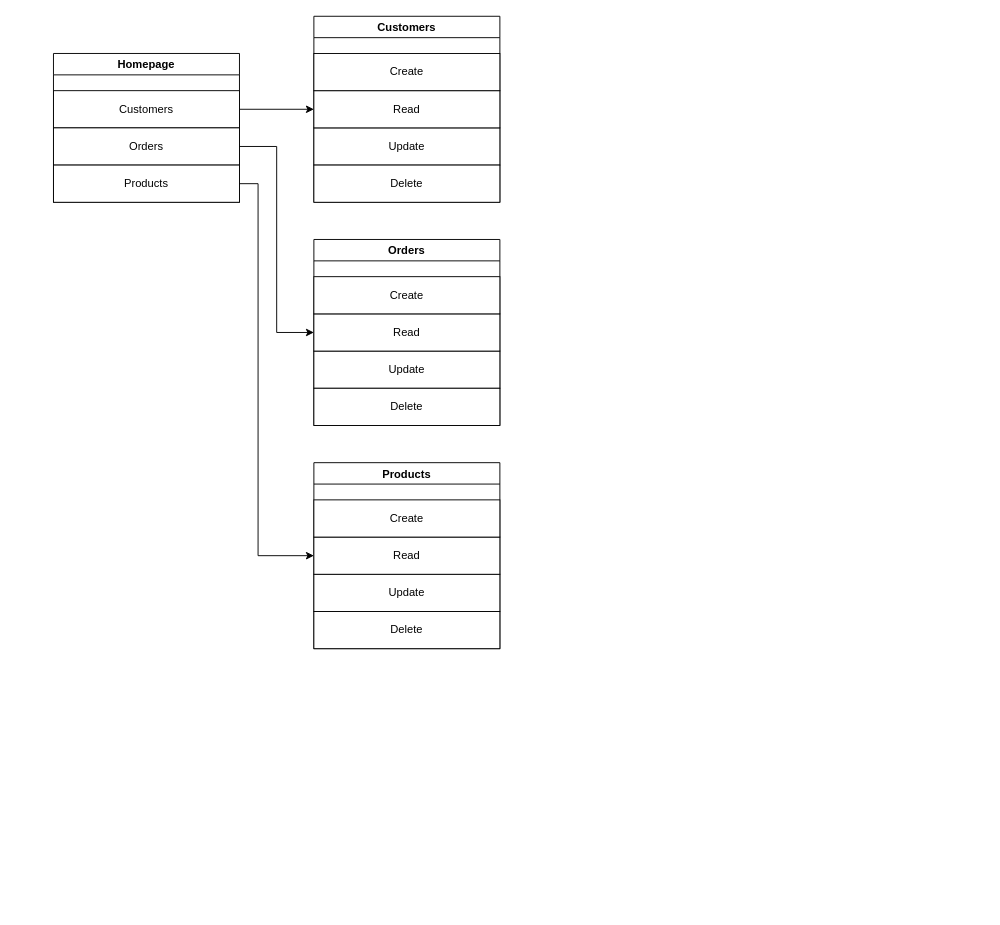
The draw.io diagram pages.drawio in artemmarkaryan/gocrm, before the edit. Source tidied: cells renumbered, new cells numbered last; positions are measured from the earlier drawing's top-left corner, leaving out a move shared by most shapes. Both pictures are drawn from the tidied source at 93%, with x=0, y=0 at pixel (53, 16).
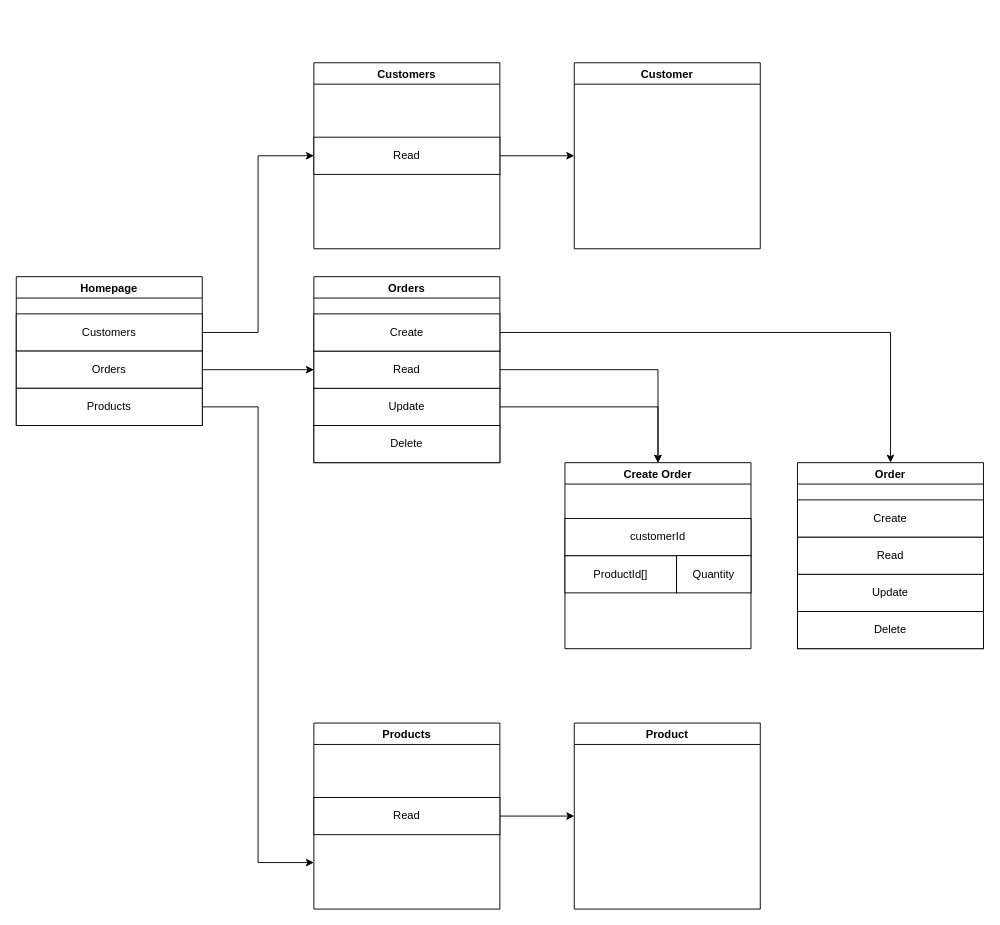
Above is the later version.

The change refers to these unchanged cells:
```xml
<mxCell id="4" value="Customers" style="rounded=0;whiteSpace=wrap;html=1;" parent="3" vertex="1">
  <mxGeometry y="40" width="200" height="40" as="geometry" />
</mxCell>
<mxCell id="6" value="Products" style="rounded=0;whiteSpace=wrap;html=1;" parent="3" vertex="1">
  <mxGeometry y="120" width="200" height="40" as="geometry" />
</mxCell>
<mxCell id="9" value="Read" style="rounded=0;whiteSpace=wrap;html=1;" parent="7" vertex="1">
  <mxGeometry y="80" width="200" height="40" as="geometry" />
</mxCell>
<mxCell id="13" value="Update" style="rounded=0;whiteSpace=wrap;html=1;" parent="12" vertex="1">
  <mxGeometry y="120" width="200" height="40" as="geometry" />
</mxCell>
<mxCell id="14" value="Read" style="rounded=0;whiteSpace=wrap;html=1;" parent="12" vertex="1">
  <mxGeometry y="80" width="200" height="40" as="geometry" />
</mxCell>
<mxCell id="15" value="Create" style="rounded=0;whiteSpace=wrap;html=1;" parent="12" vertex="1">
  <mxGeometry y="40" width="200" height="40" as="geometry" />
</mxCell>
```

What changed in the source:
```diff
@@
-    <mxCell id="2" style="edgeStyle=orthogonalEdgeStyle;rounded=0;jettySize=auto;html=1;exitX=1;exitY=0.5;exitDx=0;exitDy=0;" parent="1" edge="1" source="4" target="7">
-      <mxGeometry relative="1" as="geometry" />
-    </mxCell>
     <mxCell id="3" value="Homepage" style="swimlane;" parent="1" vertex="1">
-      <mxGeometry y="40" width="200" height="160" as="geometry" />
+      <mxGeometry x="-40" y="280" width="200" height="160" as="geometry" />
     </mxCell>
@@
+    <mxCell id="24" style="edgeStyle=orthogonalEdgeStyle;rounded=0;jettySize=auto;html=1;" parent="1" edge="1" source="7" target="35">
+      <mxGeometry relative="1" as="geometry" />
+    </mxCell>
     <mxCell id="7" value="Customers" style="swimlane;" parent="1" vertex="1">
-      <mxGeometry x="280" width="200" height="200" as="geometry" />
+      <mxGeometry x="280" y="50" width="200" height="200" as="geometry" />
     </mxCell>
-    <mxCell id="8" value="Update" style="rounded=0;whiteSpace=wrap;html=1;" parent="7" vertex="1">
-      <mxGeometry y="120" width="200" height="40" as="geometry" />
-    </mxCell>
@@
-    <mxCell id="10" value="Create" style="rounded=0;whiteSpace=wrap;html=1;" parent="7" vertex="1">
-      <mxGeometry y="40" width="200" height="40" as="geometry" />
-    </mxCell>
-    <mxCell id="11" value="Delete" style="rounded=0;whiteSpace=wrap;html=1;" parent="7" vertex="1">
-      <mxGeometry y="160" width="200" height="40" as="geometry" />
-    </mxCell>
+    <mxCell id="25" style="edgeStyle=orthogonalEdgeStyle;rounded=0;jettySize=auto;html=1;exitX=1;exitY=0.5;exitDx=0;exitDy=0;entryX=0.5;entryY=0;entryDx=0;entryDy=0;" parent="1" edge="1" source="15" target="37">
+      <mxGeometry relative="1" as="geometry">
+        <Array as="points">
+          <mxPoint x="900" y="340" />
+        </Array>
+      </mxGeometry>
+    </mxCell>
     <mxCell id="12" value="Orders" style="swimlane;" parent="1" vertex="1">
-      <mxGeometry x="280" y="240" width="200" height="200" as="geometry" />
+      <mxGeometry x="280" y="280" width="200" height="200" as="geometry" />
     </mxCell>
@@
+    <mxCell id="16" value="Delete" style="rounded=0;whiteSpace=wrap;html=1;" parent="12" vertex="1">
+      <mxGeometry y="160" width="200" height="40" as="geometry" />
+    </mxCell>
@@
-    <mxCell id="16" value="Delete" style="rounded=0;whiteSpace=wrap;html=1;" parent="12" vertex="1">
-      <mxGeometry y="160" width="200" height="40" as="geometry" />
-    </mxCell>
@@
-    <mxCell id="18" style="edgeStyle=orthogonalEdgeStyle;rounded=0;jettySize=auto;html=1;entryX=1;entryY=0.5;entryDx=0;entryDy=0;startArrow=classic;startFill=1;endArrow=none;endFill=0;" parent="1" edge="1" source="19" target="6">
-      <mxGeometry relative="1" as="geometry">
-        <Array as="points">
-          <mxPoint x="220" y="580" />
-          <mxPoint x="220" y="180" />
-        </Array>
-      </mxGeometry>
-    </mxCell>
+    <mxCell id="26" style="edgeStyle=orthogonalEdgeStyle;rounded=0;jettySize=auto;html=1;" parent="1" edge="1" source="19" target="36">
+      <mxGeometry relative="1" as="geometry" />
+    </mxCell>
     <mxCell id="19" value="Products" style="swimlane;" parent="1" vertex="1">
-      <mxGeometry x="280" y="480" width="200" height="200" as="geometry" />
+      <mxGeometry x="280" y="760" width="200" height="200" as="geometry" />
     </mxCell>
-    <mxCell id="20" value="Update" style="rounded=0;whiteSpace=wrap;html=1;" parent="19" vertex="1">
-      <mxGeometry y="120" width="200" height="40" as="geometry" />
-    </mxCell>
@@
-    <mxCell id="22" value="Create" style="rounded=0;whiteSpace=wrap;html=1;" parent="19" vertex="1">
-      <mxGeometry y="40" width="200" height="40" as="geometry" />
-    </mxCell>
-    <mxCell id="23" value="Delete" style="rounded=0;whiteSpace=wrap;html=1;" parent="19" vertex="1">
-      <mxGeometry y="160" width="200" height="40" as="geometry" />
-    </mxCell>
+    <mxCell id="27" style="edgeStyle=orthogonalEdgeStyle;rounded=0;jettySize=auto;html=1;exitX=1;exitY=0.5;exitDx=0;exitDy=0;entryX=0;entryY=0.5;entryDx=0;entryDy=0;" parent="1" edge="1" source="4" target="9">
+      <mxGeometry relative="1" as="geometry" />
+    </mxCell>
+    <mxCell id="28" style="edgeStyle=orthogonalEdgeStyle;rounded=0;jettySize=auto;html=1;exitX=1;exitY=0.5;exitDx=0;exitDy=0;entryX=0;entryY=0.75;entryDx=0;entryDy=0;" parent="1" edge="1" source="6" target="19">
+      <mxGeometry relative="1" as="geometry" />
+    </mxCell>
+    <mxCell id="29" value="Create Order" style="swimlane;" parent="1" vertex="1">
+      <mxGeometry x="550" y="480" width="200" height="200" as="geometry" />
+    </mxCell>
+    <mxCell id="30" value="ProductId[]" style="rounded=0;whiteSpace=wrap;html=1;" parent="29" vertex="1">
+      <mxGeometry y="100" width="120" height="40" as="geometry" />
+    </mxCell>
+    <mxCell id="31" value="customerId" style="rounded=0;whiteSpace=wrap;html=1;" parent="29" vertex="1">
+      <mxGeometry y="60" width="200" height="40" as="geometry" />
+    </mxCell>
+    <mxCell id="32" value="Quantity" style="rounded=0;whiteSpace=wrap;html=1;" parent="29" vertex="1">
+      <mxGeometry x="120" y="100" width="80" height="40" as="geometry" />
+    </mxCell>
+    <mxCell id="33" style="edgeStyle=orthogonalEdgeStyle;rounded=0;jettySize=auto;html=1;exitX=1;exitY=0.5;exitDx=0;exitDy=0;entryX=0.5;entryY=0;entryDx=0;entryDy=0;" parent="1" edge="1" source="14" target="29">
+      <mxGeometry relative="1" as="geometry" />
+    </mxCell>
+    <mxCell id="34" style="edgeStyle=orthogonalEdgeStyle;rounded=0;jettySize=auto;html=1;exitX=1;exitY=0.5;exitDx=0;exitDy=0;entryX=0.5;entryY=0;entryDx=0;entryDy=0;" parent="1" edge="1" source="13" target="29">
+      <mxGeometry relative="1" as="geometry" />
+    </mxCell>
+    <mxCell id="35" value="Customer" style="swimlane;" parent="1" vertex="1">
+      <mxGeometry x="560" y="50" width="200" height="200" as="geometry" />
+    </mxCell>
+    <mxCell id="36" value="Product" style="swimlane;" parent="1" vertex="1">
+      <mxGeometry x="560" y="760" width="200" height="200" as="geometry" />
+    </mxCell>
+    <mxCell id="37" value="Order" style="swimlane;" parent="1" vertex="1">
+      <mxGeometry x="800" y="480" width="200" height="200" as="geometry" />
+    </mxCell>
+    <mxCell id="38" value="Update" style="rounded=0;whiteSpace=wrap;html=1;" parent="37" vertex="1">
+      <mxGeometry y="120" width="200" height="40" as="geometry" />
+    </mxCell>
+    <mxCell id="39" value="Read" style="rounded=0;whiteSpace=wrap;html=1;" parent="37" vertex="1">
+      <mxGeometry y="80" width="200" height="40" as="geometry" />
+    </mxCell>
+    <mxCell id="40" value="Delete" style="rounded=0;whiteSpace=wrap;html=1;" parent="37" vertex="1">
+      <mxGeometry y="160" width="200" height="40" as="geometry" />
+    </mxCell>
+    <mxCell id="41" value="Create" style="rounded=0;whiteSpace=wrap;html=1;" parent="37" vertex="1">
+      <mxGeometry y="40" width="200" height="40" as="geometry" />
+    </mxCell>
```
